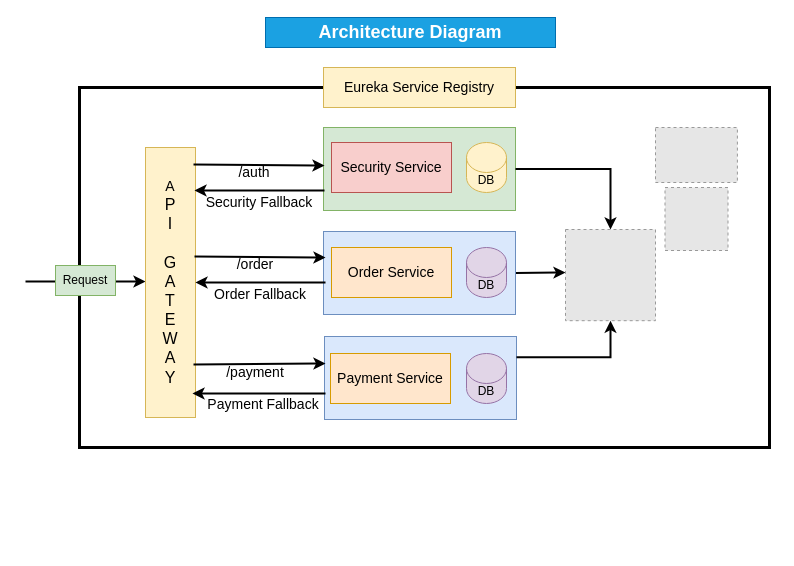
The draw.io diagram Architecture.drawio in mohitsoniji22/springboot-microservices, before the edit. Source tidied: cells renumbered, new cells numbered last; positions are measured from the earlier drawing's top-left corner, leaving out a move shared by most shapes. Both pictures are drawn from the tidied source at 100%, with x=0, y=0 at pixel (25, 17). Pictures stored in the file or linked from it are replaced by grey dashed boxes.
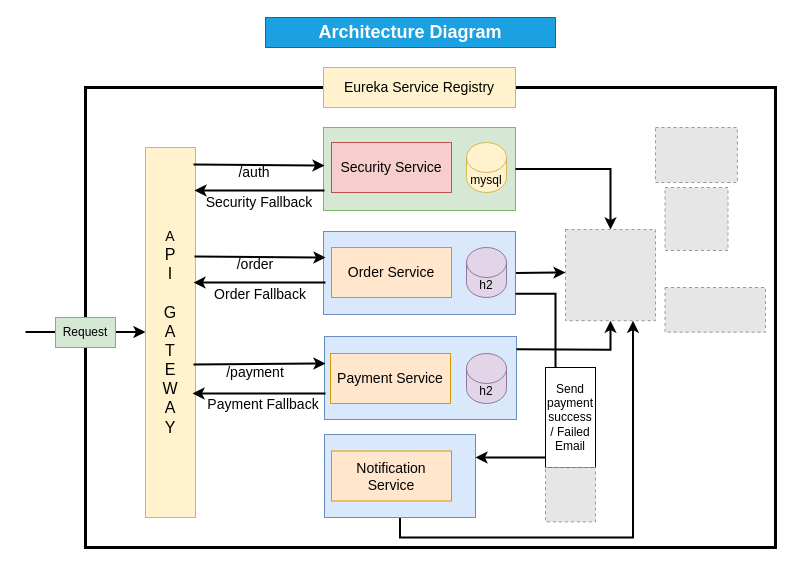
The same diagram, later.

Commit message (it also covers changes not shown here):
Added README.md and Architecture diagram

The change refers to these unchanged cells:
```xml
<mxCell id="3" style="rounded=0;whiteSpace=wrap;html=1;fillColor=#dae8fc;strokeColor=#6c8ebf;" parent="1" vertex="1">
  <mxGeometry x="299" y="319" width="192" height="83" as="geometry" />
</mxCell>
<mxCell id="5" style="rounded=0;whiteSpace=wrap;html=1;fillColor=#dae8fc;strokeColor=#6c8ebf;" parent="1" vertex="1">
  <mxGeometry x="298" y="214" width="192" height="83" as="geometry" />
</mxCell>
<mxCell id="30" style="fillColor=#E6E6E6;strokeColor=#999999;dashed=1;verticalLabelPosition=bottom;verticalAlign=top;" parent="1" vertex="1">
  <mxGeometry x="540" y="212" width="90" height="91.2" as="geometry" />
</mxCell>
```

The edit, as a diff of the source:
```diff
@@
     <mxCell id="2" style="rounded=0;whiteSpace=wrap;html=1;strokeWidth=3;" parent="1" vertex="1">
-      <mxGeometry x="54" y="70" width="690" height="360" as="geometry" />
+      <mxGeometry x="60" y="70" width="690" height="460" as="geometry" />
     </mxCell>
@@
     <mxCell id="6" style="endArrow=classic;html=1;rounded=0;startSize=9;strokeWidth=2;" parent="1" edge="1">
       <mxGeometry relative="1" as="geometry">
-        <mxPoint y="264" as="sourcePoint" />
-        <mxPoint x="120" y="264" as="targetPoint" />
+        <mxPoint y="314.5" as="sourcePoint" />
+        <mxPoint x="120" y="314.5" as="targetPoint" />
       </mxGeometry>
     </mxCell>
     <mxCell id="7" value="Request" style="text;html=1;whiteSpace=wrap;strokeColor=#82b366;fillColor=#d5e8d4;align=center;verticalAlign=middle;rounded=0;" parent="1" vertex="1">
-      <mxGeometry x="30" y="248" width="60" height="30" as="geometry" />
+      <mxGeometry x="30" y="300" width="60" height="30" as="geometry" />
     </mxCell>
     <mxCell id="8" value="&lt;font style=&quot;font-size: 14px;&quot;&gt;A&lt;/font&gt;&lt;div&gt;&lt;font size=&quot;3&quot;&gt;P&lt;/font&gt;&lt;/div&gt;&lt;div&gt;&lt;font size=&quot;3&quot;&gt;I&lt;/font&gt;&lt;/div&gt;&lt;div&gt;&lt;font size=&quot;3&quot;&gt;&lt;br&gt;&lt;/font&gt;&lt;/div&gt;&lt;div&gt;&lt;font size=&quot;3&quot;&gt;G&lt;/font&gt;&lt;/div&gt;&lt;div&gt;&lt;font size=&quot;3&quot;&gt;A&lt;/font&gt;&lt;/div&gt;&lt;div&gt;&lt;font size=&quot;3&quot;&gt;T&lt;/font&gt;&lt;/div&gt;&lt;div&gt;&lt;font size=&quot;3&quot;&gt;E&lt;/font&gt;&lt;/div&gt;&lt;div&gt;&lt;font size=&quot;3&quot;&gt;W&lt;/font&gt;&lt;/div&gt;&lt;div&gt;&lt;font size=&quot;3&quot;&gt;A&lt;/font&gt;&lt;/div&gt;&lt;div&gt;&lt;font size=&quot;3&quot;&gt;Y&lt;/font&gt;&lt;/div&gt;" style="rounded=0;whiteSpace=wrap;html=1;fillColor=#fff2cc;strokeColor=#d6b656;" parent="1" vertex="1">
-      <mxGeometry x="120" y="130" width="50" height="270" as="geometry" />
+      <mxGeometry x="120" y="130" width="50" height="370" as="geometry" />
     </mxCell>
@@
-    <mxCell id="14" style="endArrow=classic;html=1;rounded=0;startSize=9;strokeWidth=2;" parent="1" edge="1" target="8">
+    <mxCell id="14" style="endArrow=classic;html=1;rounded=0;startSize=9;strokeWidth=2;entryX=0.96;entryY=0.365;entryDx=0;entryDy=0;entryPerimeter=0;" parent="1" edge="1" target="8">
       <mxGeometry relative="1" as="geometry">
         <mxPoint x="300" y="265" as="sourcePoint" />
       </mxGeometry>
     </mxCell>
@@
-    <mxCell id="19" value="DB" style="shape=cylinder3;whiteSpace=wrap;html=1;boundedLbl=1;backgroundOutline=1;size=15;fillColor=#e1d5e7;strokeColor=#9673a6;" parent="1" vertex="1">
+    <mxCell id="19" value="h2" style="shape=cylinder3;whiteSpace=wrap;html=1;boundedLbl=1;backgroundOutline=1;size=15;fillColor=#e1d5e7;strokeColor=#9673a6;" parent="1" vertex="1">
       <mxGeometry x="441" y="230" width="40" height="50" as="geometry" />
     </mxCell>
-    <mxCell id="20" value="DB" style="shape=cylinder3;whiteSpace=wrap;html=1;boundedLbl=1;backgroundOutline=1;size=15;fillColor=#e1d5e7;strokeColor=#9673a6;" parent="1" vertex="1">
+    <mxCell id="20" value="h2" style="shape=cylinder3;whiteSpace=wrap;html=1;boundedLbl=1;backgroundOutline=1;size=15;fillColor=#e1d5e7;strokeColor=#9673a6;" parent="1" vertex="1">
       <mxGeometry x="441" y="336" width="40" height="50" as="geometry" />
     </mxCell>
@@
-    <mxCell id="23" value="DB" style="shape=cylinder3;whiteSpace=wrap;html=1;boundedLbl=1;backgroundOutline=1;size=15;fillColor=#fff2cc;strokeColor=#d6b656;" parent="1" vertex="1">
+    <mxCell id="23" value="mysql" style="shape=cylinder3;whiteSpace=wrap;html=1;boundedLbl=1;backgroundOutline=1;size=15;fillColor=#fff2cc;strokeColor=#d6b656;" parent="1" vertex="1">
       <mxGeometry x="441" y="125" width="40" height="50" as="geometry" />
     </mxCell>
@@
-    <mxCell id="29" style="edgeStyle=orthogonalEdgeStyle;rounded=0;jettySize=auto;html=1;exitX=1;exitY=0.25;exitDx=0;exitDy=0;entryX=0.5;entryY=1;entryDx=0;entryDy=0;strokeWidth=2;" parent="1" edge="1" source="3" target="30">
-      <mxGeometry relative="1" as="geometry" />
+    <mxCell id="29" style="edgeStyle=orthogonalEdgeStyle;rounded=0;jettySize=auto;html=1;exitX=1;exitY=0.25;exitDx=0;exitDy=0;entryX=0.5;entryY=1;entryDx=0;entryDy=0;strokeWidth=2;" parent="1" edge="1" target="30">
+      <mxGeometry relative="1" as="geometry">
+        <mxPoint x="491" y="331.8" as="sourcePoint" />
+      </mxGeometry>
     </mxCell>
@@
+    <mxCell id="35" style="edgeStyle=orthogonalEdgeStyle;rounded=0;jettySize=auto;html=1;exitX=0.5;exitY=1;exitDx=0;exitDy=0;entryX=0.75;entryY=1;entryDx=0;entryDy=0;strokeWidth=2;" parent="1" edge="1" source="36" target="30">
+      <mxGeometry relative="1" as="geometry">
+        <Array as="points">
+          <mxPoint x="375" y="520" />
+          <mxPoint x="608" y="520" />
+        </Array>
+      </mxGeometry>
+    </mxCell>
+    <mxCell id="36" style="rounded=0;whiteSpace=wrap;html=1;fillColor=#dae8fc;strokeColor=#6c8ebf;" parent="1" vertex="1">
+      <mxGeometry x="299" y="417" width="151" height="83" as="geometry" />
+    </mxCell>
+    <mxCell id="37" value="&lt;font style=&quot;font-size: 14px;&quot;&gt;Notification Service&lt;/font&gt;" style="rounded=0;whiteSpace=wrap;html=1;fillColor=#ffe6cc;strokeColor=#d79b00;" parent="1" vertex="1">
+      <mxGeometry x="306" y="433.5" width="120" height="50" as="geometry" />
+    </mxCell>
+    <mxCell id="38" style="edgeStyle=orthogonalEdgeStyle;rounded=0;jettySize=auto;html=1;exitX=1;exitY=0.75;exitDx=0;exitDy=0;strokeWidth=2;" parent="1" edge="1" source="5">
+      <mxGeometry relative="1" as="geometry">
+        <mxPoint x="450" y="440" as="targetPoint" />
+        <Array as="points">
+          <mxPoint x="530" y="276" />
+          <mxPoint x="530" y="440" />
+          <mxPoint x="450" y="440" />
+        </Array>
+      </mxGeometry>
+    </mxCell>
+    <mxCell id="39" value="Send payment success / Failed Email" style="rounded=0;whiteSpace=wrap;html=1;" parent="1" vertex="1">
+      <mxGeometry x="520" y="350" width="50" height="100" as="geometry" />
+    </mxCell>
+    <mxCell id="40" style="fillColor=#E6E6E6;strokeColor=#999999;dashed=1;verticalLabelPosition=bottom;verticalAlign=top;" parent="1" vertex="1">
+      <mxGeometry x="520" y="450" width="50" height="54.4" as="geometry" />
+    </mxCell>
+    <mxCell id="41" style="fillColor=#E6E6E6;strokeColor=#999999;dashed=1;verticalLabelPosition=bottom;verticalAlign=top;" parent="1" vertex="1">
+      <mxGeometry x="639.5" y="270" width="100.5" height="44.7" as="geometry" />
+    </mxCell>
```
